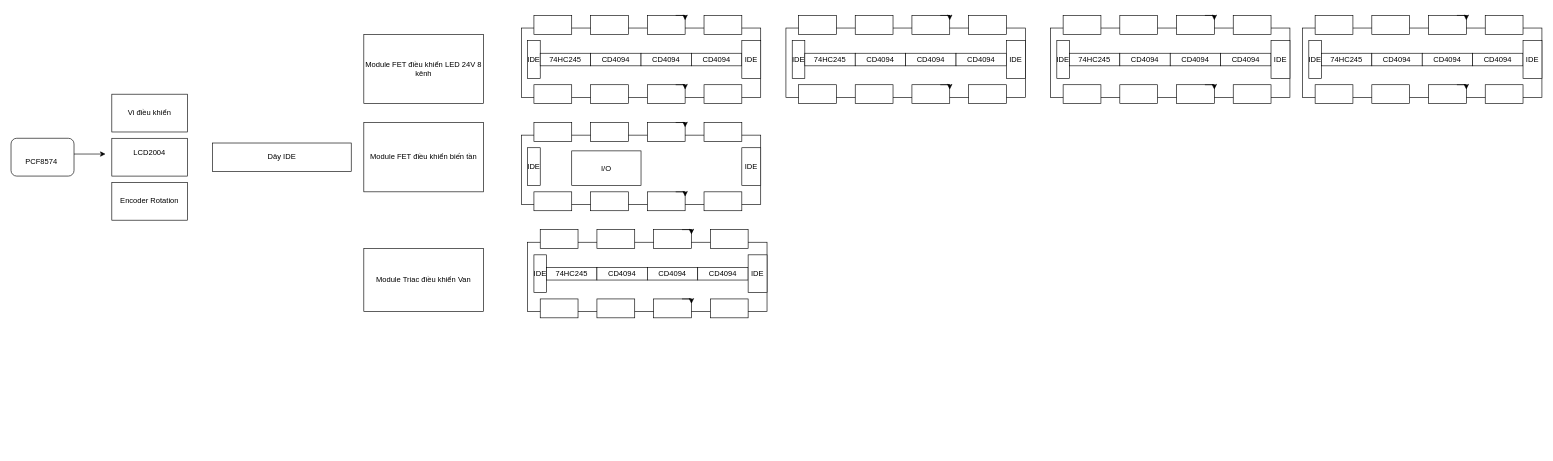
Before: Hethong.drawio in buimanhht9x/DPNPCB, a draw.io diagram. Source tidied: cells renumbered, new cells numbered last; positions are measured from the earlier drawing's top-left corner, leaving out a move shared by most shapes. Both pictures are drawn from the tidied source at 63%, with x=0, y=0 at pixel (11, 15).
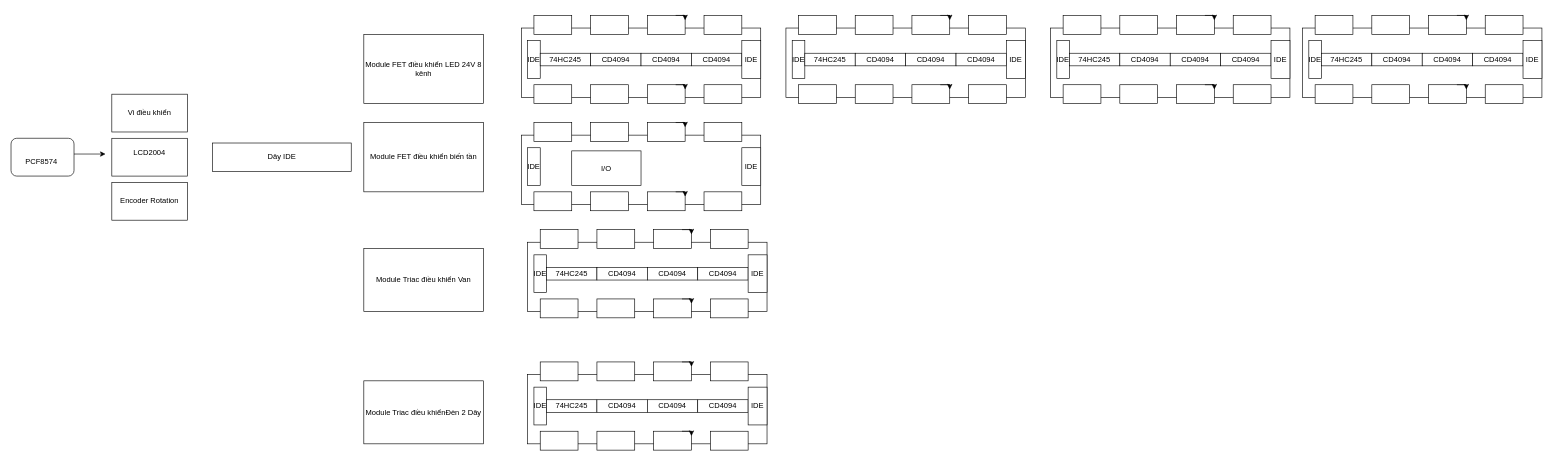
The same diagram, later.

What changed in the source:
```diff
@@
+    <mxCell id="110" value="Module Triac điều khiểnĐèn 2 Dây" style="rounded=0;whiteSpace=wrap;html=1;" parent="1" vertex="1">
+      <mxGeometry x="560" y="580" width="190" height="100" as="geometry" />
+    </mxCell>
+    <mxCell id="111" style="rounded=0;whiteSpace=wrap;html=1;" parent="1" vertex="1">
+      <mxGeometry x="820" y="570" width="380" height="110" as="geometry" />
+    </mxCell>
+    <mxCell id="112" style="rounded=0;whiteSpace=wrap;html=1;" parent="1" vertex="1">
+      <mxGeometry x="840" y="550" width="60" height="30" as="geometry" />
+    </mxCell>
+    <mxCell id="113" style="rounded=0;whiteSpace=wrap;html=1;" parent="1" vertex="1">
+      <mxGeometry x="930" y="550" width="60" height="30" as="geometry" />
+    </mxCell>
+    <mxCell id="114" style="rounded=0;whiteSpace=wrap;html=1;" parent="1" vertex="1">
+      <mxGeometry x="1020" y="550" width="60" height="30" as="geometry" />
+    </mxCell>
+    <mxCell id="115" style="rounded=0;whiteSpace=wrap;html=1;" parent="1" vertex="1">
+      <mxGeometry x="1110" y="550" width="60" height="30" as="geometry" />
+    </mxCell>
+    <mxCell id="116" style="edgeStyle=orthogonalEdgeStyle;rounded=0;orthogonalLoop=1;jettySize=auto;html=1;exitX=0.75;exitY=0;exitDx=0;exitDy=0;entryX=1;entryY=0.25;entryDx=0;entryDy=0;" parent="1" edge="1" source="114" target="114">
+      <mxGeometry relative="1" as="geometry" />
+    </mxCell>
+    <mxCell id="117" style="rounded=0;whiteSpace=wrap;html=1;" parent="1" vertex="1">
+      <mxGeometry x="840" y="660" width="60" height="30" as="geometry" />
+    </mxCell>
+    <mxCell id="118" style="rounded=0;whiteSpace=wrap;html=1;" parent="1" vertex="1">
+      <mxGeometry x="930" y="660" width="60" height="30" as="geometry" />
+    </mxCell>
+    <mxCell id="119" style="rounded=0;whiteSpace=wrap;html=1;" parent="1" vertex="1">
+      <mxGeometry x="1020" y="660" width="60" height="30" as="geometry" />
+    </mxCell>
+    <mxCell id="120" style="rounded=0;whiteSpace=wrap;html=1;" parent="1" vertex="1">
+      <mxGeometry x="1110" y="660" width="60" height="30" as="geometry" />
+    </mxCell>
+    <mxCell id="121" style="edgeStyle=orthogonalEdgeStyle;rounded=0;orthogonalLoop=1;jettySize=auto;html=1;exitX=0.75;exitY=0;exitDx=0;exitDy=0;entryX=1;entryY=0.25;entryDx=0;entryDy=0;" parent="1" edge="1" source="119" target="119">
+      <mxGeometry relative="1" as="geometry" />
+    </mxCell>
+    <mxCell id="122" value="IDE" style="rounded=0;whiteSpace=wrap;html=1;" parent="1" vertex="1">
+      <mxGeometry x="830" y="590" width="20" height="60" as="geometry" />
+    </mxCell>
+    <mxCell id="123" value="74HC245&lt;br&gt;" style="rounded=0;whiteSpace=wrap;html=1;" parent="1" vertex="1">
+      <mxGeometry x="850" y="610" width="80" height="20" as="geometry" />
+    </mxCell>
+    <mxCell id="124" value="CD4094" style="rounded=0;whiteSpace=wrap;html=1;" parent="1" vertex="1">
+      <mxGeometry x="930" y="610" width="80" height="20" as="geometry" />
+    </mxCell>
+    <mxCell id="125" value="CD4094" style="rounded=0;whiteSpace=wrap;html=1;" parent="1" vertex="1">
+      <mxGeometry x="1010" y="610" width="80" height="20" as="geometry" />
+    </mxCell>
+    <mxCell id="126" value="CD4094" style="rounded=0;whiteSpace=wrap;html=1;" parent="1" vertex="1">
+      <mxGeometry x="1090" y="610" width="80" height="20" as="geometry" />
+    </mxCell>
+    <mxCell id="127" value="IDE" style="rounded=0;whiteSpace=wrap;html=1;" parent="1" vertex="1">
+      <mxGeometry x="1170" y="590" width="30" height="60" as="geometry" />
+    </mxCell>
```
